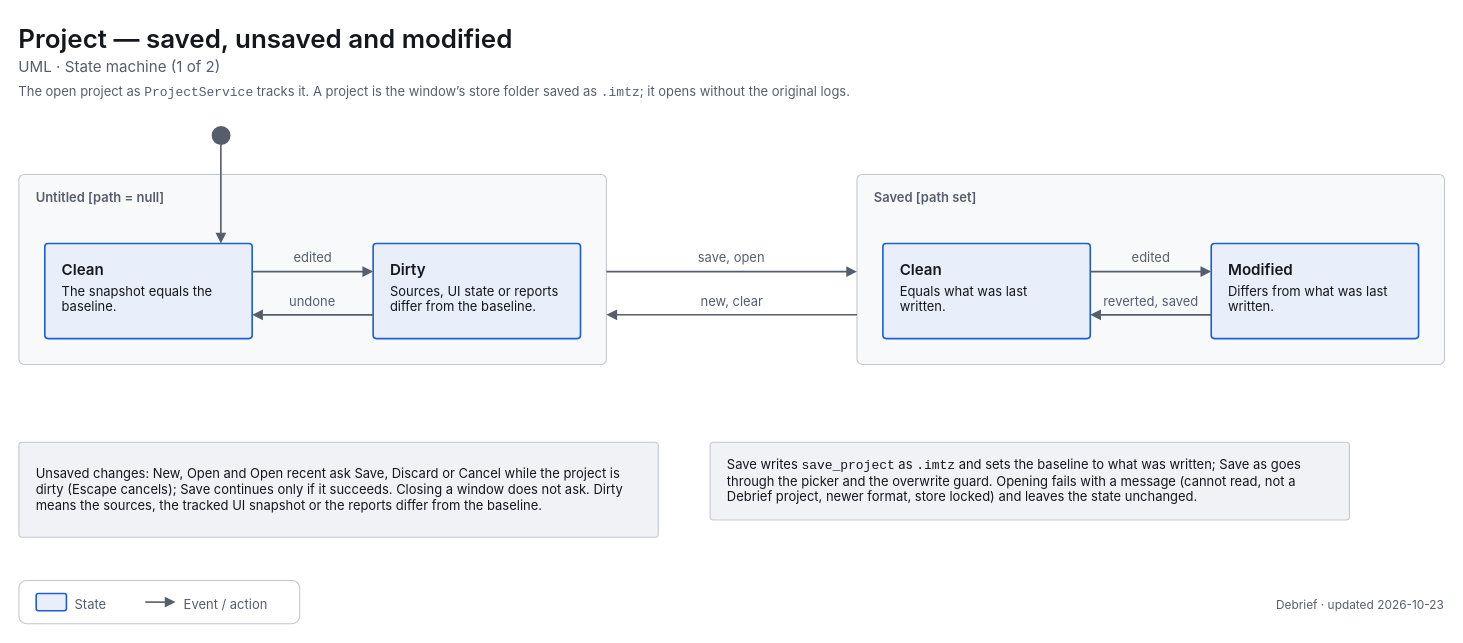
This is docs/diagrams/uml-state-project.drawio from decryp7/integrated_maintenance_tool, a draw.io file, before an edit. Source tidied: cells renumbered, new cells numbered last; positions are measured from the earlier drawing's top-left corner, leaving out a move shared by most shapes. Both pictures are drawn from the tidied source at 108%, with x=0, y=0 at pixel (18, 18).
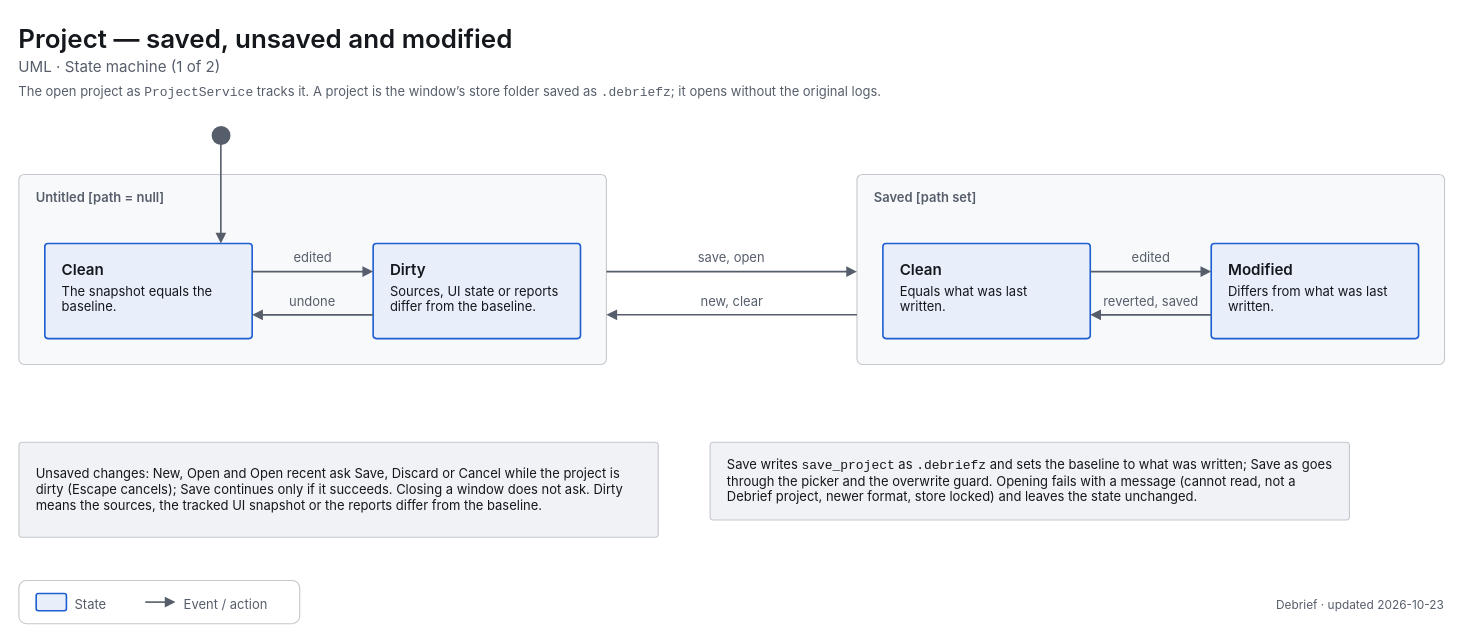
After the change.

Diff of the diagram source:
```diff
@@
-    <mxCell id="4" value="&lt;span style=&quot;font-size:12px;font-weight:400&quot;&gt;The open project as &lt;span style=&quot;font-family:ui-monospace,SF Mono,Cascadia Mono,Consolas,monospace;white-space:nowrap&quot;&gt;ProjectService&lt;/span&gt; tracks it. A project is the window’s store folder saved as &lt;span style=&quot;font-family:ui-monospace,SF Mono,Cascadia Mono,Consolas,monospace;white-space:nowrap&quot;&gt;.imtz&lt;/span&gt;; it opens without the original logs.&lt;/span&gt;" style="html=1;whiteSpace=wrap;fontFamily=-apple-system,BlinkMacSystemFont,Segoe UI,system-ui,sans-serif;fontSize=12;fontColor=light-dark(#14171C,#ECEEF1);text;strokeColor=none;fillColor=none;align=left;verticalAlign=top;spacing=0;fontColor=light-dark(#565E6B,#A0A7B2);" parent="1" vertex="1">
+    <mxCell id="4" value="&lt;span style=&quot;font-size:12px;font-weight:400&quot;&gt;The open project as &lt;span style=&quot;font-family:ui-monospace,SF Mono,Cascadia Mono,Consolas,monospace;white-space:nowrap&quot;&gt;ProjectService&lt;/span&gt; tracks it. A project is the window’s store folder saved as &lt;span style=&quot;font-family:ui-monospace,SF Mono,Cascadia Mono,Consolas,monospace;white-space:nowrap&quot;&gt;.debriefz&lt;/span&gt;; it opens without the original logs.&lt;/span&gt;" style="html=1;whiteSpace=wrap;fontFamily=-apple-system,BlinkMacSystemFont,Segoe UI,system-ui,sans-serif;fontSize=12;fontColor=light-dark(#14171C,#ECEEF1);text;strokeColor=none;fillColor=none;align=left;verticalAlign=top;spacing=0;fontColor=light-dark(#565E6B,#A0A7B2);" parent="1" vertex="1">
       <mxGeometry y="56" width="1248" height="20" as="geometry" />
     </mxCell>
@@
-    <mxCell id="26" value="&lt;span style=&quot;font-size:12px&quot;&gt;Save writes &lt;span style=&quot;font-family:ui-monospace,SF Mono,Cascadia Mono,Consolas,monospace;white-space:nowrap&quot;&gt;save_project&lt;/span&gt; as &lt;span style=&quot;font-family:ui-monospace,SF Mono,Cascadia Mono,Consolas,monospace;white-space:nowrap&quot;&gt;.imtz&lt;/span&gt; and sets the baseline to what was written; Save as goes through the picker and the overwrite guard. Opening fails with a message (cannot read, not a Debrief project, newer format, store locked) and leaves the state unchanged.&lt;/span&gt;" style="html=1;whiteSpace=wrap;fontFamily=-apple-system,BlinkMacSystemFont,Segoe UI,system-ui,sans-serif;fontSize=12;fontColor=light-dark(#14171C,#ECEEF1);rounded=1;absoluteArcSize=1;arcSize=6;strokeWidth=1;strokeColor=light-dark(#C4C7CD,#353A42);fillColor=light-dark(#F0F2F5,#1B1E23);align=left;verticalAlign=middle;spacingLeft=14;spacingRight=14;" parent="1" vertex="1">
+    <mxCell id="26" value="&lt;span style=&quot;font-size:12px&quot;&gt;Save writes &lt;span style=&quot;font-family:ui-monospace,SF Mono,Cascadia Mono,Consolas,monospace;white-space:nowrap&quot;&gt;save_project&lt;/span&gt; as &lt;span style=&quot;font-family:ui-monospace,SF Mono,Cascadia Mono,Consolas,monospace;white-space:nowrap&quot;&gt;.debriefz&lt;/span&gt; and sets the baseline to what was written; Save as goes through the picker and the overwrite guard. Opening fails with a message (cannot read, not a Debrief project, newer format, store locked) and leaves the state unchanged.&lt;/span&gt;" style="html=1;whiteSpace=wrap;fontFamily=-apple-system,BlinkMacSystemFont,Segoe UI,system-ui,sans-serif;fontSize=12;fontColor=light-dark(#14171C,#ECEEF1);rounded=1;absoluteArcSize=1;arcSize=6;strokeWidth=1;strokeColor=light-dark(#C4C7CD,#353A42);fillColor=light-dark(#F0F2F5,#1B1E23);align=left;verticalAlign=middle;spacingLeft=14;spacingRight=14;" parent="1" vertex="1">
       <mxGeometry x="640" y="392" width="592" height="72" as="geometry" />
     </mxCell>
```
